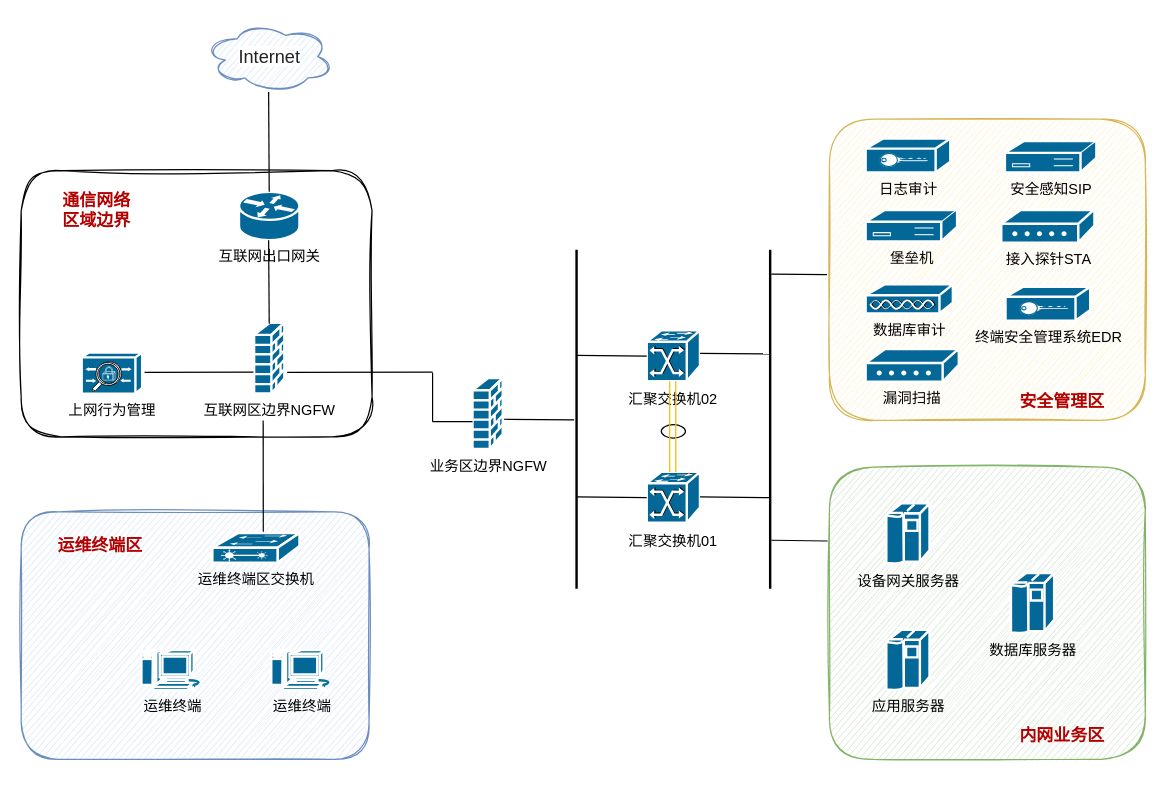
Before: 充电桩三级等保拓扑图.drawio in LingClassmate/diagrams, a draw.io diagram. Source tidied: cells renumbered, new cells numbered last; positions are measured from the earlier drawing's top-left corner, leaving out a move shared by most shapes. Both pictures are drawn from the tidied source at 121%, with x=0, y=0 at pixel (21, 21).
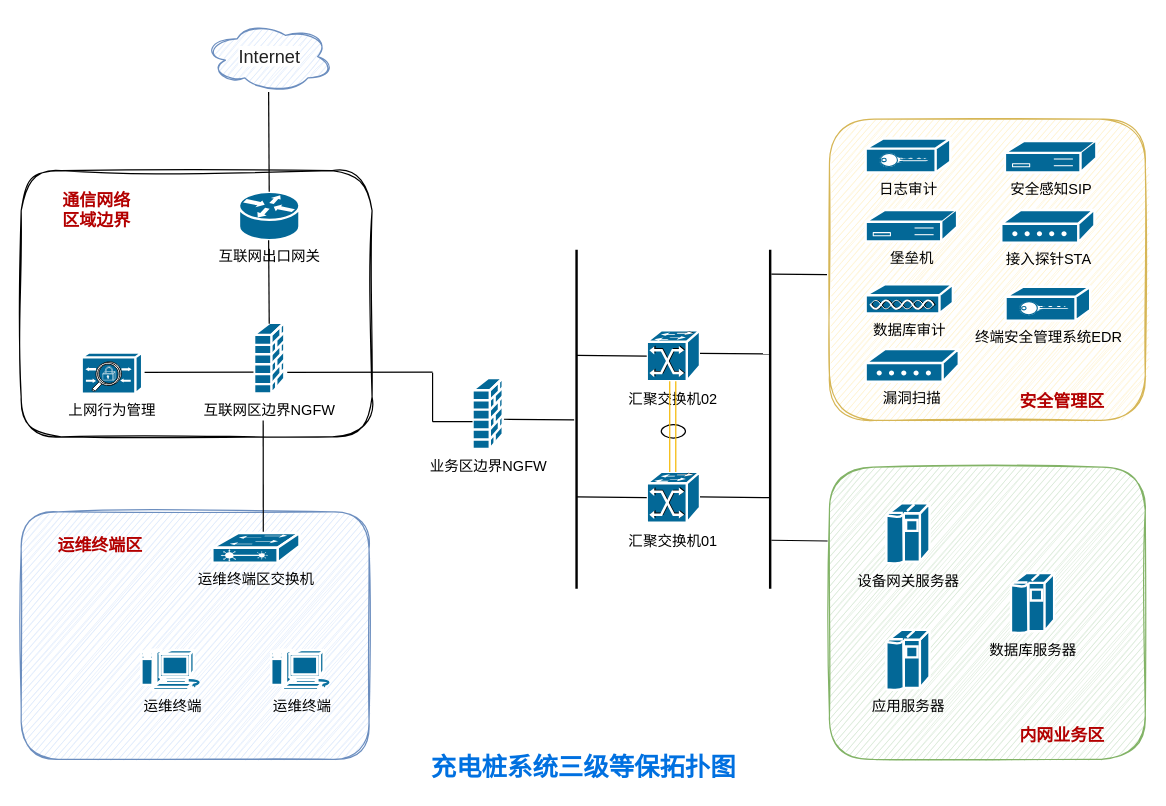
The same page after the edit.

Commit message:
更新充电桩三级等保拓扑图.drawio

The edit, as a diff of the source:
```diff
@@
+    <mxCell id="52" value="充电桩系统三级等保拓扑图" style="text;html=1;strokeColor=none;fillColor=none;align=center;verticalAlign=middle;whiteSpace=wrap;rounded=0;sketch=1;fontColor=#0070E0;fontSize=21;fontStyle=1;" parent="1" vertex="1">
+      <mxGeometry x="330" y="601" width="270" height="30" as="geometry" />
+    </mxCell>
```
